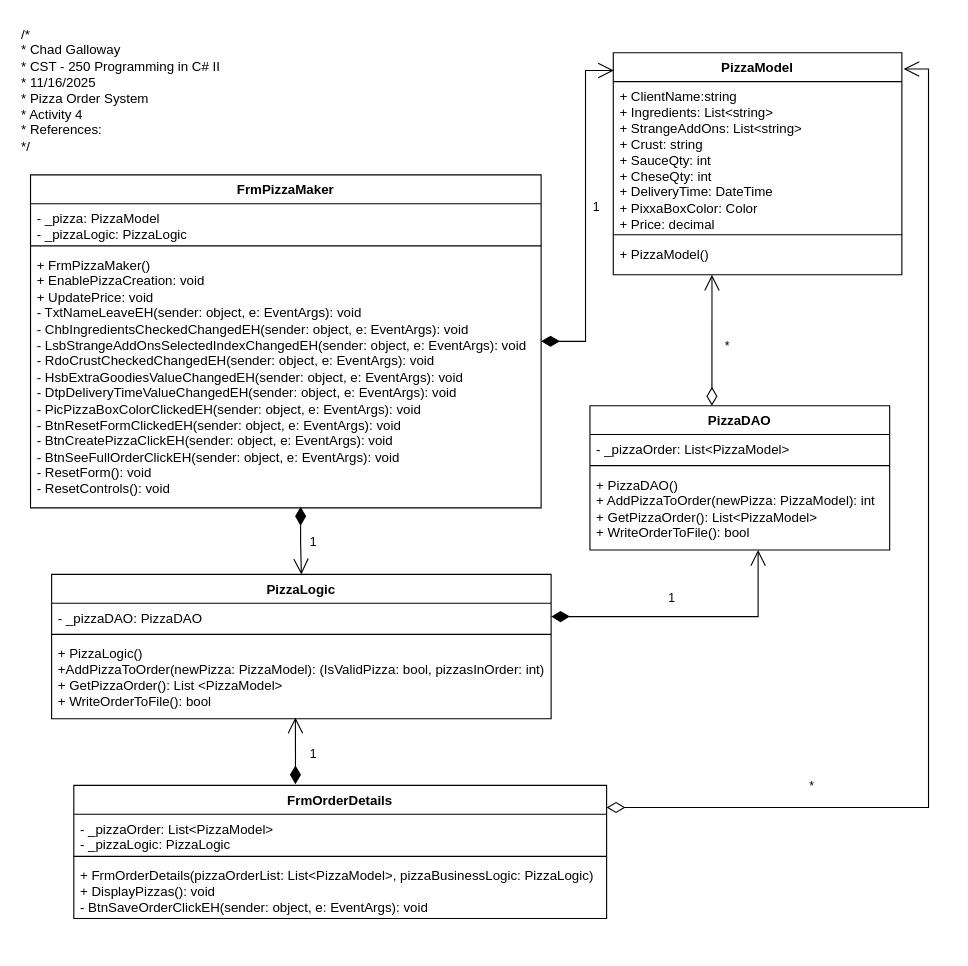
CGalloway3/CST-250-Projects keeps this draw.io diagram as Activity4/Pictures/Activity_4_UML.drawio. Above is the earlier version. Source tidied: cells renumbered, new cells numbered last; positions are measured from the earlier drawing's top-left corner, leaving out a move shared by most shapes. Both pictures are drawn from the tidied source at 111%, with x=0, y=0 at pixel (19, 19).
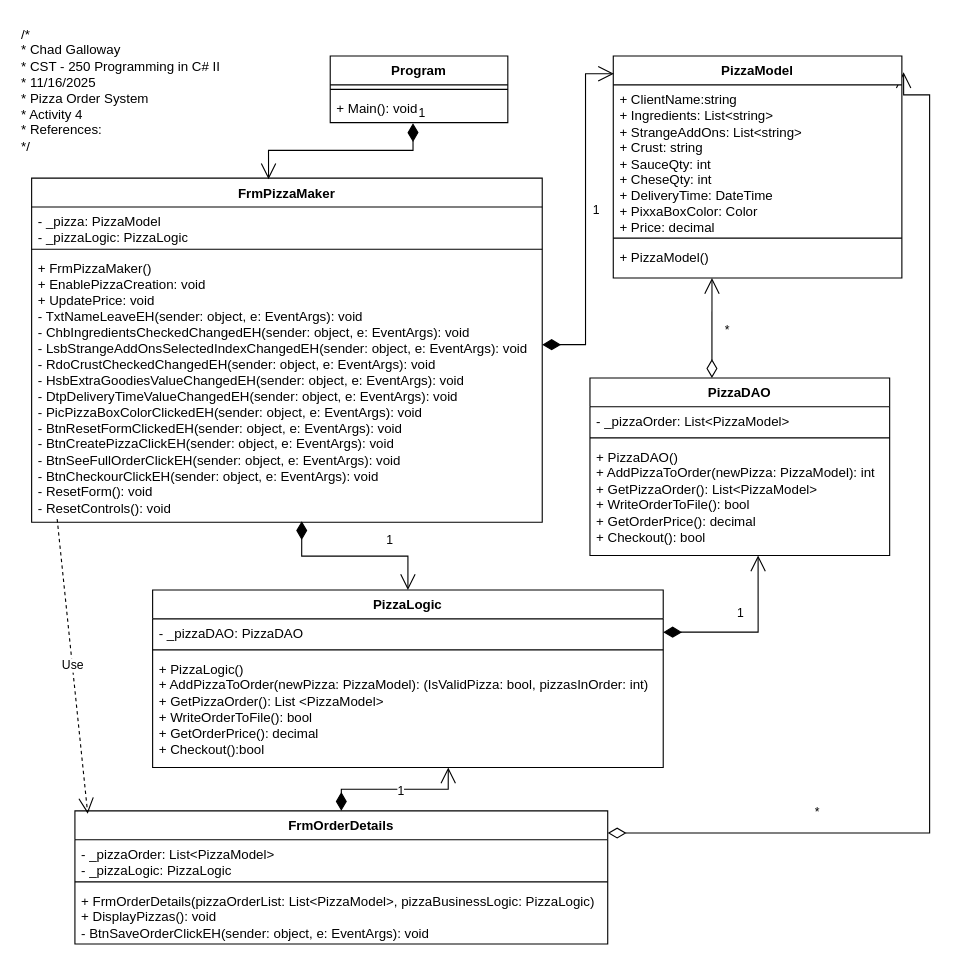
After the change.

Diff of the diagram source:
```diff
@@
     <mxCell id="3" value="FrmOrderDetails" style="swimlane;fontStyle=1;align=center;verticalAlign=top;horizontal=1;startSize=26;whiteSpace=wrap;html=1;" parent="1" vertex="1">
-      <mxGeometry x="49" y="690" width="480" height="120" as="geometry" />
+      <mxGeometry x="50" y="713" width="480" height="120" as="geometry" />
     </mxCell>
@@
     <mxCell id="8" value="PizzaModel" style="swimlane;fontStyle=1;align=center;verticalAlign=top;horizontal=1;startSize=26;whiteSpace=wrap;html=1;" parent="1" vertex="1">
-      <mxGeometry x="535" y="30" width="260" height="200" as="geometry" />
+      <mxGeometry x="535" y="33" width="260" height="200" as="geometry" />
     </mxCell>
@@
     <mxCell id="12" value="PizzaLogic" style="swimlane;fontStyle=1;align=center;verticalAlign=top;horizontal=1;startSize=26;whiteSpace=wrap;html=1;" parent="1" vertex="1">
-      <mxGeometry x="29" y="500" width="450" height="130" as="geometry" />
+      <mxGeometry x="120" y="514" width="460" height="160" as="geometry" />
     </mxCell>
     <mxCell id="13" value="- _pizzaDAO: PizzaDAO" style="text;strokeColor=none;fillColor=none;align=left;verticalAlign=top;spacingLeft=4;spacingRight=4;overflow=hidden;points=[[0,0.5],[1,0.5]];portConstraint=eastwest;whiteSpace=wrap;html=1;" parent="12" vertex="1">
-      <mxGeometry y="26" width="450" height="24" as="geometry" />
+      <mxGeometry y="26" width="460" height="24" as="geometry" />
     </mxCell>
     <mxCell id="14" style="line;strokeWidth=1;fillColor=none;align=left;verticalAlign=middle;spacingTop=-1;spacingLeft=3;spacingRight=3;labelPosition=right;strokeColor=inherit;" parent="12" vertex="1">
-      <mxGeometry y="50" width="450" height="8" as="geometry" />
+      <mxGeometry y="50" width="460" height="8" as="geometry" />
     </mxCell>
-    <mxCell id="15" value="+ PizzaLogic()&lt;div&gt;+AddPizzaToOrder(newPizza: PizzaModel): (IsValidPizza: bool, pizzasInOrder: int)&lt;/div&gt;&lt;div&gt;+ GetPizzaOrder(): List &amp;lt;PizzaModel&amp;gt;&lt;/div&gt;&lt;div&gt;+ WriteOrderToFile(): bool&lt;/div&gt;" style="text;strokeColor=none;fillColor=none;align=left;verticalAlign=top;spacingLeft=4;spacingRight=4;overflow=hidden;points=[[0,0.5],[1,0.5]];portConstraint=eastwest;whiteSpace=wrap;html=1;" parent="12" vertex="1">
-      <mxGeometry y="58" width="450" height="72" as="geometry" />
+    <mxCell id="15" value="+ PizzaLogic()&lt;div&gt;+ AddPizzaToOrder(newPizza: PizzaModel): (IsValidPizza: bool, pizzasInOrder: int)&lt;/div&gt;&lt;div&gt;+ GetPizzaOrder(): List &amp;lt;PizzaModel&amp;gt;&lt;/div&gt;&lt;div&gt;+ WriteOrderToFile(): bool&lt;/div&gt;&lt;div&gt;+ GetOrderPrice(): decimal&lt;/div&gt;&lt;div&gt;+ Checkout():bool&lt;/div&gt;" style="text;strokeColor=none;fillColor=none;align=left;verticalAlign=top;spacingLeft=4;spacingRight=4;overflow=hidden;points=[[0,0.5],[1,0.5]];portConstraint=eastwest;whiteSpace=wrap;html=1;" parent="12" vertex="1">
+      <mxGeometry y="58" width="460" height="102" as="geometry" />
     </mxCell>
     <mxCell id="16" value="PizzaDAO" style="swimlane;fontStyle=1;align=center;verticalAlign=top;horizontal=1;startSize=26;whiteSpace=wrap;html=1;" parent="1" vertex="1">
-      <mxGeometry x="514" y="348" width="270" height="130" as="geometry" />
+      <mxGeometry x="514" y="323" width="270" height="160" as="geometry" />
     </mxCell>
@@
-    <mxCell id="19" value="&lt;div&gt;+ PizzaDAO()&lt;/div&gt;+ AddPizzaToOrder(newPizza: PizzaModel): int&lt;div&gt;+ GetPizzaOrder(): List&amp;lt;PizzaModel&amp;gt;&lt;/div&gt;&lt;div&gt;+ WriteOrderToFile(): bool&lt;/div&gt;" style="text;strokeColor=none;fillColor=none;align=left;verticalAlign=top;spacingLeft=4;spacingRight=4;overflow=hidden;points=[[0,0.5],[1,0.5]];portConstraint=eastwest;whiteSpace=wrap;html=1;" parent="16" vertex="1">
-      <mxGeometry y="58" width="270" height="72" as="geometry" />
+    <mxCell id="19" value="&lt;div&gt;+ PizzaDAO()&lt;/div&gt;+ AddPizzaToOrder(newPizza: PizzaModel): int&lt;div&gt;+ GetPizzaOrder(): List&amp;lt;PizzaModel&amp;gt;&lt;/div&gt;&lt;div&gt;+ WriteOrderToFile(): bool&lt;/div&gt;&lt;div&gt;+ GetOrderPrice(): decimal&lt;/div&gt;&lt;div&gt;+ Checkout(): bool&lt;/div&gt;" style="text;strokeColor=none;fillColor=none;align=left;verticalAlign=top;spacingLeft=4;spacingRight=4;overflow=hidden;points=[[0,0.5],[1,0.5]];portConstraint=eastwest;whiteSpace=wrap;html=1;" parent="16" vertex="1">
+      <mxGeometry y="58" width="270" height="102" as="geometry" />
     </mxCell>
     <mxCell id="20" value="FrmPizzaMaker" style="swimlane;fontStyle=1;align=center;verticalAlign=top;horizontal=1;startSize=26;whiteSpace=wrap;html=1;" parent="1" vertex="1">
-      <mxGeometry x="10" y="140" width="460" height="300" as="geometry" />
+      <mxGeometry x="11" y="143" width="460" height="310" as="geometry" />
     </mxCell>
@@
-    <mxCell id="23" value="+ FrmPizzaMaker()&lt;div&gt;+ EnablePizzaCreation: void&lt;/div&gt;&lt;div&gt;+ UpdatePrice: void&lt;/div&gt;&lt;div&gt;- TxtNameLeaveEH(sender: object, e: EventArgs): void&lt;/div&gt;&lt;div&gt;- ChbIngredientsCheckedChangedEH(sender: object, e: EventArgs): void&lt;/div&gt;&lt;div&gt;- LsbStrangeAddOnsSelectedIndexChangedEH(sender: object, e: EventArgs): void&lt;/div&gt;&lt;div&gt;- RdoCrustCheckedChangedEH(&lt;span style=&quot;background-color: transparent; color: light-dark(rgb(0, 0, 0), rgb(255, 255, 255));&quot;&gt;sender: object, e: EventArgs): void&lt;/span&gt;&lt;/div&gt;&lt;div&gt;&lt;span style=&quot;background-color: transparent; color: light-dark(rgb(0, 0, 0), rgb(255, 255, 255));&quot;&gt;- HsbExtraGoodiesValueChangedEH(&lt;/span&gt;&lt;span style=&quot;background-color: transparent; color: light-dark(rgb(0, 0, 0), rgb(255, 255, 255));&quot;&gt;sender: object, e: EventArgs): void&lt;/span&gt;&lt;/div&gt;&lt;div&gt;- DtpDeliveryTimeValueChangedEH(&lt;span style=&quot;background-color: transparent; color: light-dark(rgb(0, 0, 0), rgb(255, 255, 255));&quot;&gt;sender: object, e: EventArgs): void&lt;/span&gt;&lt;/div&gt;&lt;div&gt;&lt;span style=&quot;background-color: transparent; color: light-dark(rgb(0, 0, 0), rgb(255, 255, 255));&quot;&gt;- PicPizzaBoxColorClickedEH(&lt;/span&gt;&lt;span style=&quot;background-color: transparent; color: light-dark(rgb(0, 0, 0), rgb(255, 255, 255));&quot;&gt;sender: object, e: EventArgs): void&lt;/span&gt;&lt;/div&gt;&lt;div&gt;&lt;span style=&quot;background-color: transparent; color: light-dark(rgb(0, 0, 0), rgb(255, 255, 255));&quot;&gt;- BtnResetFormClickedEH(&lt;/span&gt;&lt;span style=&quot;background-color: transparent; color: light-dark(rgb(0, 0, 0), rgb(255, 255, 255));&quot;&gt;sender: object, e: EventArgs): void&lt;/span&gt;&lt;/div&gt;&lt;div&gt;&lt;span style=&quot;background-color: transparent; color: light-dark(rgb(0, 0, 0), rgb(255, 255, 255));&quot;&gt;- BtnCreatePizzaClickEH&lt;/span&gt;&lt;span style=&quot;background-color: transparent; color: light-dark(rgb(0, 0, 0), rgb(255, 255, 255));&quot;&gt;(&lt;/span&gt;&lt;span style=&quot;background-color: transparent; color: light-dark(rgb(0, 0, 0), rgb(255, 255, 255));&quot;&gt;sender: object, e: EventArgs): void&lt;/span&gt;&lt;/div&gt;&lt;div&gt;&lt;span style=&quot;background-color: transparent; color: light-dark(rgb(0, 0, 0), rgb(255, 255, 255));&quot;&gt;- BtnSeeFullOrderClickEH&lt;/span&gt;&lt;span style=&quot;background-color: transparent; color: light-dark(rgb(0, 0, 0), rgb(255, 255, 255));&quot;&gt;(&lt;/span&gt;&lt;span style=&quot;background-color: transparent; color: light-dark(rgb(0, 0, 0), rgb(255, 255, 255));&quot;&gt;sender: object, e: EventArgs): void&lt;/span&gt;&lt;/div&gt;&lt;div&gt;&lt;span style=&quot;background-color: transparent; color: light-dark(rgb(0, 0, 0), rgb(255, 255, 255));&quot;&gt;- ResetForm(): void&lt;/span&gt;&lt;/div&gt;&lt;div&gt;&lt;span style=&quot;background-color: transparent; color: light-dark(rgb(0, 0, 0), rgb(255, 255, 255));&quot;&gt;- ResetControls(): void&lt;/span&gt;&lt;/div&gt;" style="text;strokeColor=none;fillColor=none;align=left;verticalAlign=top;spacingLeft=4;spacingRight=4;overflow=hidden;points=[[0,0.5],[1,0.5]];portConstraint=eastwest;whiteSpace=wrap;html=1;" parent="20" vertex="1">
-      <mxGeometry y="68" width="460" height="232" as="geometry" />
+    <mxCell id="23" value="+ FrmPizzaMaker()&lt;div&gt;+ EnablePizzaCreation: void&lt;/div&gt;&lt;div&gt;+ UpdatePrice: void&lt;/div&gt;&lt;div&gt;- TxtNameLeaveEH(sender: object, e: EventArgs): void&lt;/div&gt;&lt;div&gt;- ChbIngredientsCheckedChangedEH(sender: object, e: EventArgs): void&lt;/div&gt;&lt;div&gt;- LsbStrangeAddOnsSelectedIndexChangedEH(sender: object, e: EventArgs): void&lt;/div&gt;&lt;div&gt;- RdoCrustCheckedChangedEH(&lt;span style=&quot;background-color: transparent; color: light-dark(rgb(0, 0, 0), rgb(255, 255, 255));&quot;&gt;sender: object, e: EventArgs): void&lt;/span&gt;&lt;/div&gt;&lt;div&gt;&lt;span style=&quot;background-color: transparent; color: light-dark(rgb(0, 0, 0), rgb(255, 255, 255));&quot;&gt;- HsbExtraGoodiesValueChangedEH(&lt;/span&gt;&lt;span style=&quot;background-color: transparent; color: light-dark(rgb(0, 0, 0), rgb(255, 255, 255));&quot;&gt;sender: object, e: EventArgs): void&lt;/span&gt;&lt;/div&gt;&lt;div&gt;- DtpDeliveryTimeValueChangedEH(&lt;span style=&quot;background-color: transparent; color: light-dark(rgb(0, 0, 0), rgb(255, 255, 255));&quot;&gt;sender: object, e: EventArgs): void&lt;/span&gt;&lt;/div&gt;&lt;div&gt;&lt;span style=&quot;background-color: transparent; color: light-dark(rgb(0, 0, 0), rgb(255, 255, 255));&quot;&gt;- PicPizzaBoxColorClickedEH(&lt;/span&gt;&lt;span style=&quot;background-color: transparent; color: light-dark(rgb(0, 0, 0), rgb(255, 255, 255));&quot;&gt;sender: object, e: EventArgs): void&lt;/span&gt;&lt;/div&gt;&lt;div&gt;&lt;span style=&quot;background-color: transparent; color: light-dark(rgb(0, 0, 0), rgb(255, 255, 255));&quot;&gt;- BtnResetFormClickedEH(&lt;/span&gt;&lt;span style=&quot;background-color: transparent; color: light-dark(rgb(0, 0, 0), rgb(255, 255, 255));&quot;&gt;sender: object, e: EventArgs): void&lt;/span&gt;&lt;/div&gt;&lt;div&gt;&lt;span style=&quot;background-color: transparent; color: light-dark(rgb(0, 0, 0), rgb(255, 255, 255));&quot;&gt;- BtnCreatePizzaClickEH&lt;/span&gt;&lt;span style=&quot;background-color: transparent; color: light-dark(rgb(0, 0, 0), rgb(255, 255, 255));&quot;&gt;(&lt;/span&gt;&lt;span style=&quot;background-color: transparent; color: light-dark(rgb(0, 0, 0), rgb(255, 255, 255));&quot;&gt;sender: object, e: EventArgs): void&lt;/span&gt;&lt;/div&gt;&lt;div&gt;&lt;span style=&quot;background-color: transparent; color: light-dark(rgb(0, 0, 0), rgb(255, 255, 255));&quot;&gt;- BtnSeeFullOrderClickEH&lt;/span&gt;&lt;span style=&quot;background-color: transparent; color: light-dark(rgb(0, 0, 0), rgb(255, 255, 255));&quot;&gt;(&lt;/span&gt;&lt;span style=&quot;background-color: transparent; color: light-dark(rgb(0, 0, 0), rgb(255, 255, 255));&quot;&gt;sender: object, e: EventArgs): void&lt;/span&gt;&lt;/div&gt;&lt;div&gt;&lt;span style=&quot;background-color: transparent; color: light-dark(rgb(0, 0, 0), rgb(255, 255, 255));&quot;&gt;- BtnCheckourClickEH(&lt;/span&gt;&lt;span style=&quot;background-color: transparent; color: light-dark(rgb(0, 0, 0), rgb(255, 255, 255));&quot;&gt;sender: object, e: EventArgs): void&lt;/span&gt;&lt;/div&gt;&lt;div&gt;&lt;span style=&quot;background-color: transparent; color: light-dark(rgb(0, 0, 0), rgb(255, 255, 255));&quot;&gt;- ResetForm(): void&lt;/span&gt;&lt;/div&gt;&lt;div&gt;&lt;span style=&quot;background-color: transparent; color: light-dark(rgb(0, 0, 0), rgb(255, 255, 255));&quot;&gt;- ResetControls(): void&lt;/span&gt;&lt;/div&gt;" style="text;strokeColor=none;fillColor=none;align=left;verticalAlign=top;spacingLeft=4;spacingRight=4;overflow=hidden;points=[[0,0.5],[1,0.5]];portConstraint=eastwest;whiteSpace=wrap;html=1;" parent="20" vertex="1">
+      <mxGeometry y="68" width="460" height="242" as="geometry" />
     </mxCell>
     <mxCell id="24" value="1" style="endArrow=open;html=1;endSize=12;startArrow=diamondThin;startSize=14;startFill=1;edgeStyle=orthogonalEdgeStyle;align=left;verticalAlign=bottom;rounded=0;entryX=0.002;entryY=0.08;entryDx=0;entryDy=0;entryPerimeter=0;" parent="1" edge="1" source="20" target="8">
       <mxGeometry x="-0.02" y="-4" relative="1" as="geometry">
         <Array as="points">
-          <mxPoint x="510" y="290" />
-          <mxPoint x="510" y="46" />
+          <mxPoint x="510" y="293" />
+          <mxPoint x="510" y="49" />
         </Array>
         <mxPoint x="1" as="offset" />
       </mxGeometry>
     </mxCell>
@@
-    <mxCell id="28" value="1" style="endArrow=open;html=1;endSize=12;startArrow=diamondThin;startSize=14;startFill=1;edgeStyle=orthogonalEdgeStyle;align=left;verticalAlign=bottom;rounded=0;exitX=0.416;exitY=-0.008;exitDx=0;exitDy=0;exitPerimeter=0;entryX=0.488;entryY=0.986;entryDx=0;entryDy=0;entryPerimeter=0;" parent="1" edge="1" source="3" target="15">
-      <mxGeometry x="-0.37" y="-11" relative="1" as="geometry">
-        <mxPoint y="1" as="offset" />
-      </mxGeometry>
+    <mxCell id="28" value="1" style="endArrow=open;html=1;endSize=12;startArrow=diamondThin;startSize=14;startFill=1;edgeStyle=orthogonalEdgeStyle;align=left;verticalAlign=bottom;rounded=0;exitX=0.5;exitY=0;exitDx=0;exitDy=0;entryX=0.579;entryY=1;entryDx=0;entryDy=0;entryPerimeter=0;" parent="1" edge="1" source="3" target="15">
+      <mxGeometry x="0.01" y="-10" relative="1" as="geometry" />
     </mxCell>
+    <mxCell id="29" value="Program" style="swimlane;fontStyle=1;align=center;verticalAlign=top;horizontal=1;startSize=26;whiteSpace=wrap;html=1;" parent="1" vertex="1">
+      <mxGeometry x="280" y="33" width="160" height="60" as="geometry" />
+    </mxCell>
+    <mxCell id="30" style="line;strokeWidth=1;fillColor=none;align=left;verticalAlign=middle;spacingTop=-1;spacingLeft=3;spacingRight=3;labelPosition=right;strokeColor=inherit;" parent="29" vertex="1">
+      <mxGeometry y="26" width="160" height="8" as="geometry" />
+    </mxCell>
+    <mxCell id="31" value="+ Main(): void" style="text;strokeColor=none;fillColor=none;align=left;verticalAlign=top;spacingLeft=4;spacingRight=4;overflow=hidden;points=[[0,0.5],[1,0.5]];portConstraint=eastwest;whiteSpace=wrap;html=1;" parent="29" vertex="1">
+      <mxGeometry y="34" width="160" height="26" as="geometry" />
+    </mxCell>
+    <mxCell id="32" value="Use" style="endArrow=open;endSize=12;dashed=1;html=1;rounded=0;exitX=0.05;exitY=0.988;exitDx=0;exitDy=0;exitPerimeter=0;entryX=0.024;entryY=0.021;entryDx=0;entryDy=0;entryPerimeter=0;" parent="1" edge="1" source="23" target="3">
+      <mxGeometry relative="1" as="geometry" />
+    </mxCell>
+    <mxCell id="33" value="1" style="endArrow=open;html=1;endSize=12;startArrow=diamondThin;startSize=14;startFill=1;edgeStyle=orthogonalEdgeStyle;align=left;verticalAlign=bottom;rounded=0;exitX=0.466;exitY=1.019;exitDx=0;exitDy=0;exitPerimeter=0;entryX=0.464;entryY=0.003;entryDx=0;entryDy=0;entryPerimeter=0;" parent="1" edge="1" source="31" target="20">
+      <mxGeometry x="-1" y="3" relative="1" as="geometry" />
+    </mxCell>
```
